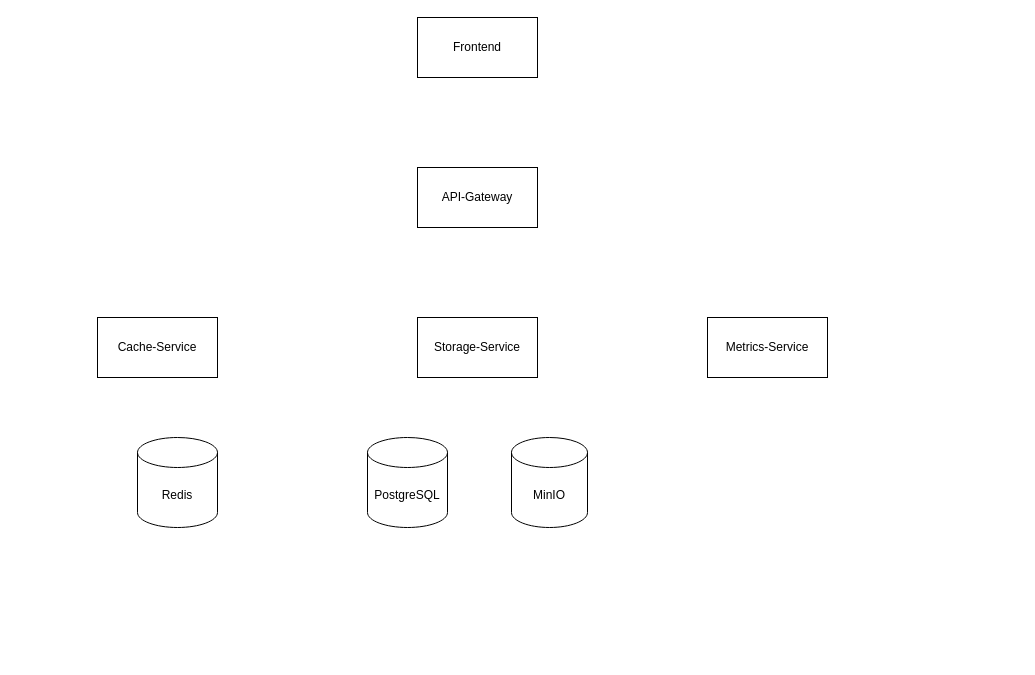
Earlier version of the draw.io diagram Unbenanntes Diagramm.drawio (MarvMa/ARPAS-Services). Source tidied: cells renumbered, new cells numbered last; positions are measured from the earlier drawing's top-left corner, leaving out a move shared by most shapes. Both pictures are drawn from the tidied source at 100%, with x=0, y=0 at pixel (97, 17).
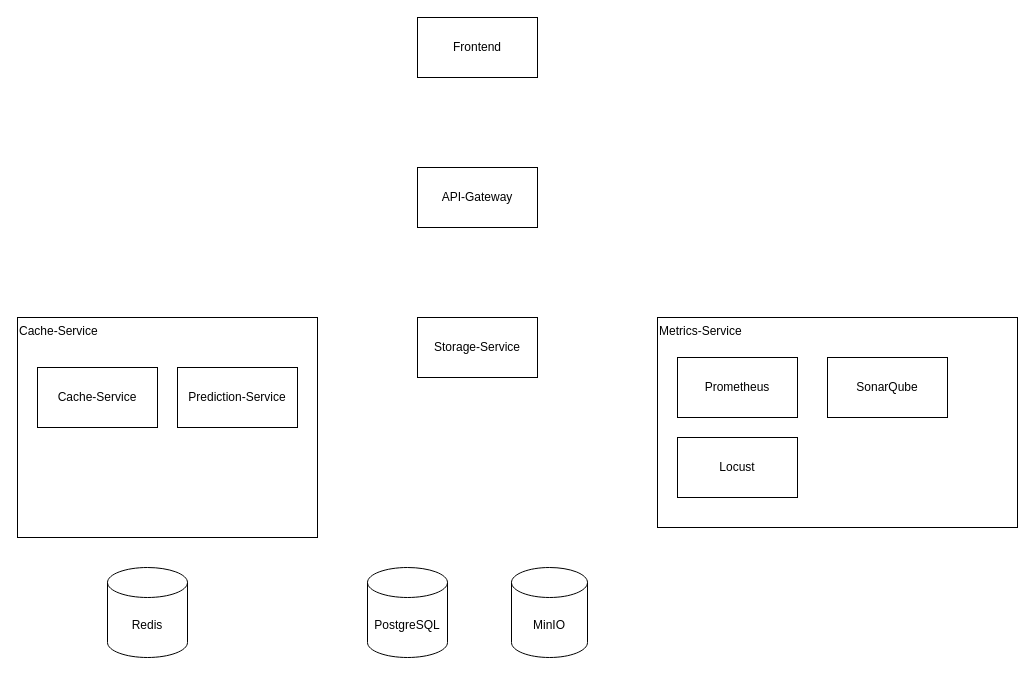
The same page after the edit.

Commit message:
added specific servicers

Change to the diagram source:
```diff
@@
 <mxGraphModel>
   <root>
     <mxCell id="0" />
     <mxCell id="1" parent="0" />
     <mxCell id="2" value="Storage-Service" style="rounded=0;whiteSpace=wrap;html=1;" parent="1" vertex="1">
       <mxGeometry x="320" y="300" width="120" height="60" as="geometry" />
     </mxCell>
     <mxCell id="3" value="Frontend" style="rounded=0;whiteSpace=wrap;html=1;" parent="1" vertex="1">
       <mxGeometry x="320" width="120" height="60" as="geometry" />
     </mxCell>
     <mxCell id="4" value="API-Gateway" style="rounded=0;whiteSpace=wrap;html=1;" parent="1" vertex="1">
       <mxGeometry x="320" y="150" width="120" height="60" as="geometry" />
     </mxCell>
-    <mxCell id="5" value="Cache-Service" style="rounded=0;whiteSpace=wrap;html=1;" parent="1" vertex="1">
-      <mxGeometry y="300" width="120" height="60" as="geometry" />
+    <mxCell id="5" value="Cache-Service" style="rounded=0;whiteSpace=wrap;html=1;verticalAlign=top;align=left;" parent="1" vertex="1">
+      <mxGeometry x="-80" y="300" width="300" height="220" as="geometry" />
     </mxCell>
-    <mxCell id="6" value="Metrics-Service" style="rounded=0;whiteSpace=wrap;html=1;" parent="1" vertex="1">
-      <mxGeometry x="610" y="300" width="120" height="60" as="geometry" />
+    <mxCell id="6" value="Metrics-Service" style="rounded=0;whiteSpace=wrap;html=1;verticalAlign=top;align=left;" parent="1" vertex="1">
+      <mxGeometry x="560" y="300" width="360" height="210" as="geometry" />
     </mxCell>
     <mxCell id="7" value="MinIO" style="shape=cylinder3;whiteSpace=wrap;html=1;boundedLbl=1;backgroundOutline=1;size=15;" parent="1" vertex="1">
-      <mxGeometry x="414" y="420" width="76" height="90" as="geometry" />
+      <mxGeometry x="414" y="550" width="76" height="90" as="geometry" />
     </mxCell>
     <mxCell id="8" value="PostgreSQL" style="shape=cylinder3;whiteSpace=wrap;html=1;boundedLbl=1;backgroundOutline=1;size=15;" parent="1" vertex="1">
-      <mxGeometry x="270" y="420" width="80" height="90" as="geometry" />
+      <mxGeometry x="270" y="550" width="80" height="90" as="geometry" />
     </mxCell>
     <mxCell id="9" value="Redis" style="shape=cylinder3;whiteSpace=wrap;html=1;boundedLbl=1;backgroundOutline=1;size=15;" parent="1" vertex="1">
-      <mxGeometry x="40" y="420" width="80" height="90" as="geometry" />
+      <mxGeometry x="10" y="550" width="80" height="90" as="geometry" />
     </mxCell>
+    <mxCell id="10" value="Prometheus" style="rounded=0;whiteSpace=wrap;html=1;" parent="1" vertex="1">
+      <mxGeometry x="580" y="340" width="120" height="60" as="geometry" />
+    </mxCell>
+    <mxCell id="11" value="Locust" style="rounded=0;whiteSpace=wrap;html=1;" parent="1" vertex="1">
+      <mxGeometry x="580" y="420" width="120" height="60" as="geometry" />
+    </mxCell>
+    <mxCell id="12" value="SonarQube" style="rounded=0;whiteSpace=wrap;html=1;" parent="1" vertex="1">
+      <mxGeometry x="730" y="340" width="120" height="60" as="geometry" />
+    </mxCell>
+    <mxCell id="13" value="Cache-Service" style="rounded=0;whiteSpace=wrap;html=1;" parent="1" vertex="1">
+      <mxGeometry x="-60" y="350" width="120" height="60" as="geometry" />
+    </mxCell>
+    <mxCell id="14" value="Prediction-Service" style="rounded=0;whiteSpace=wrap;html=1;" parent="1" vertex="1">
+      <mxGeometry x="80" y="350" width="120" height="60" as="geometry" />
+    </mxCell>
   </root>
 </mxGraphModel>
```
